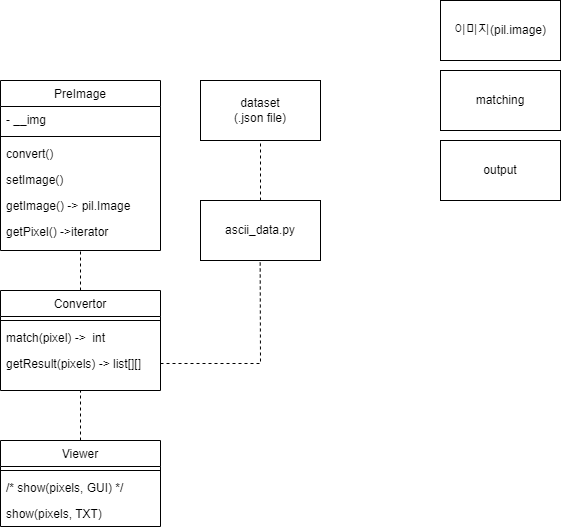
Earlier version of the draw.io export ascii_art.drawio.png (IT-ooth/ascii-art). Source tidied: cells renumbered, new cells last; positions are measured from the earlier drawing's top-left corner, leaving out a move shared by most shapes. The source it was exported from:
```xml
<mxGraphModel>
  <root>
    <mxCell id="0" />
    <mxCell id="1" parent="0" />
    <mxCell id="2" value="PreImage" style="swimlane;fontStyle=0;align=center;verticalAlign=top;horizontal=1;startSize=26;rounded=0;shadow=0;strokeWidth=1;" parent="1" vertex="1">
      <mxGeometry y="80" width="160" height="170" as="geometry" />
    </mxCell>
    <mxCell id="3" value="- __img" style="text;align=left;verticalAlign=top;spacingLeft=4;spacingRight=4;overflow=hidden;" parent="2" vertex="1">
      <mxGeometry y="26" width="160" height="26" as="geometry" />
    </mxCell>
    <mxCell id="4" style="line;html=1;strokeWidth=1;align=left;verticalAlign=middle;spacingTop=-1;spacingLeft=3;spacingRight=3;labelPosition=right;" parent="2" vertex="1">
      <mxGeometry y="52" width="160" height="8" as="geometry" />
    </mxCell>
    <mxCell id="5" value="convert()" style="text;align=left;verticalAlign=top;spacingLeft=4;spacingRight=4;overflow=hidden;" parent="2" vertex="1">
      <mxGeometry y="60" width="160" height="26" as="geometry" />
    </mxCell>
    <mxCell id="6" value="setImage()" style="text;align=left;verticalAlign=top;spacingLeft=4;spacingRight=4;overflow=hidden;" parent="2" vertex="1">
      <mxGeometry y="86" width="160" height="26" as="geometry" />
    </mxCell>
    <mxCell id="7" value="getImage() -&gt; pil.Image" style="text;align=left;verticalAlign=top;spacingLeft=4;spacingRight=4;overflow=hidden;" parent="2" vertex="1">
      <mxGeometry y="112" width="160" height="26" as="geometry" />
    </mxCell>
    <mxCell id="8" value="getPixel() -&gt;iterator" style="text;align=left;verticalAlign=top;spacingLeft=4;spacingRight=4;overflow=hidden;" parent="2" vertex="1">
      <mxGeometry y="138" width="160" height="26" as="geometry" />
    </mxCell>
    <mxCell id="9" value="이미지(pil.image)" style="rounded=0;whiteSpace=wrap;html=1;" parent="1" vertex="1">
      <mxGeometry x="440" width="120" height="60" as="geometry" />
    </mxCell>
    <mxCell id="10" value="matching" style="rounded=0;whiteSpace=wrap;html=1;" parent="1" vertex="1">
      <mxGeometry x="440" y="70" width="120" height="60" as="geometry" />
    </mxCell>
    <mxCell id="11" value="output" style="rounded=0;whiteSpace=wrap;html=1;" parent="1" vertex="1">
      <mxGeometry x="440" y="140" width="120" height="60" as="geometry" />
    </mxCell>
    <mxCell id="12" value="dataset&lt;br&gt;(.json file)" style="rounded=0;whiteSpace=wrap;html=1;" parent="1" vertex="1">
      <mxGeometry x="200" y="80" width="120" height="60" as="geometry" />
    </mxCell>
    <mxCell id="13" value="Convertor" style="swimlane;fontStyle=0;align=center;verticalAlign=top;horizontal=1;startSize=26;rounded=0;shadow=0;strokeWidth=1;" parent="1" vertex="1">
      <mxGeometry y="290" width="160" height="100" as="geometry" />
    </mxCell>
    <mxCell id="14" style="line;html=1;strokeWidth=1;align=left;verticalAlign=middle;spacingTop=-1;spacingLeft=3;spacingRight=3;labelPosition=right;" parent="13" vertex="1">
      <mxGeometry y="26" width="160" height="8" as="geometry" />
    </mxCell>
    <mxCell id="15" value="match(pixel) -&gt;  int" style="text;align=left;verticalAlign=top;spacingLeft=4;spacingRight=4;overflow=hidden;" parent="13" vertex="1">
      <mxGeometry y="34" width="160" height="26" as="geometry" />
    </mxCell>
    <mxCell id="16" value="getResult(pixels) -&gt; list[][]" style="text;align=left;verticalAlign=top;spacingLeft=4;spacingRight=4;overflow=hidden;points=[[0,0.5],[1,0.5]];portConstraint=eastwest;" parent="13" vertex="1">
      <mxGeometry y="60" width="160" height="26" as="geometry" />
    </mxCell>
    <mxCell id="17" style="endArrow=none;dashed=1;html=1;rounded=0;entryX=0.5;entryY=1;entryDx=0;entryDy=0;exitX=0.5;exitY=0;exitDx=0;exitDy=0;" parent="1" edge="1" source="13" target="2">
      <mxGeometry relative="1" as="geometry" />
    </mxCell>
    <mxCell id="18" style="endArrow=none;dashed=1;html=1;rounded=0;entryX=0.5;entryY=1;entryDx=0;entryDy=0;exitX=0.5;exitY=0;exitDx=0;exitDy=0;" parent="1" edge="1" source="24" target="12">
      <mxGeometry relative="1" as="geometry" />
    </mxCell>
    <mxCell id="19" value="Viewer" style="swimlane;fontStyle=0;align=center;verticalAlign=top;horizontal=1;startSize=26;rounded=0;shadow=0;strokeWidth=1;" parent="1" vertex="1">
      <mxGeometry y="440" width="160" height="86" as="geometry" />
    </mxCell>
    <mxCell id="20" style="line;html=1;strokeWidth=1;align=left;verticalAlign=middle;spacingTop=-1;spacingLeft=3;spacingRight=3;labelPosition=right;" parent="19" vertex="1">
      <mxGeometry y="26" width="160" height="8" as="geometry" />
    </mxCell>
    <mxCell id="21" value="/* show(pixels, GUI) */" style="text;align=left;verticalAlign=top;spacingLeft=4;spacingRight=4;overflow=hidden;" parent="19" vertex="1">
      <mxGeometry y="34" width="160" height="26" as="geometry" />
    </mxCell>
    <mxCell id="22" value="show(pixels, TXT)" style="text;align=left;verticalAlign=top;spacingLeft=4;spacingRight=4;overflow=hidden;" parent="19" vertex="1">
      <mxGeometry y="60" width="160" height="26" as="geometry" />
    </mxCell>
    <mxCell id="23" style="endArrow=none;dashed=1;html=1;rounded=0;entryX=0.5;entryY=1;entryDx=0;entryDy=0;exitX=0.5;exitY=0;exitDx=0;exitDy=0;" parent="1" edge="1" source="19" target="13">
      <mxGeometry relative="1" as="geometry" />
    </mxCell>
    <mxCell id="24" value="ascii_data.py" style="rounded=0;whiteSpace=wrap;html=1;" parent="1" vertex="1">
      <mxGeometry x="200" y="200" width="120" height="60" as="geometry" />
    </mxCell>
    <mxCell id="25" style="endArrow=none;dashed=1;html=1;rounded=0;entryX=0.5;entryY=1;entryDx=0;entryDy=0;exitX=1;exitY=0.5;exitDx=0;exitDy=0;" parent="1" edge="1" source="16">
      <mxGeometry relative="1" as="geometry">
        <mxPoint x="259.7" y="260" as="targetPoint" />
        <Array as="points">
          <mxPoint x="260" y="363" />
        </Array>
      </mxGeometry>
    </mxCell>
  </root>
</mxGraphModel>
```
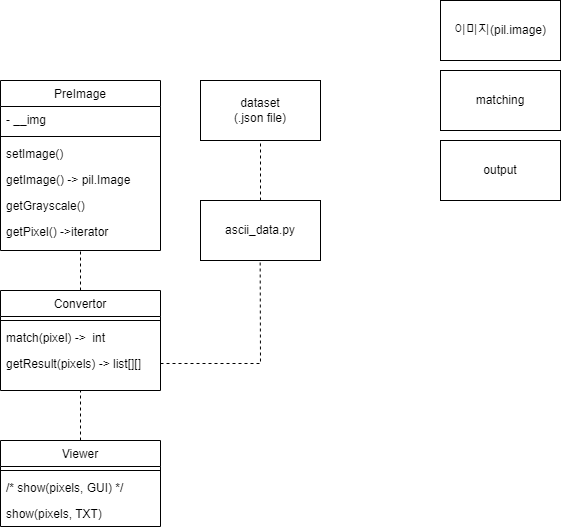
The same file after the commit.

Diff of the diagram source:
```diff
@@ -11,15 +11,15 @@
     <mxCell id="4" style="line;html=1;strokeWidth=1;align=left;verticalAlign=middle;spacingTop=-1;spacingLeft=3;spacingRight=3;labelPosition=right;" parent="2" vertex="1">
       <mxGeometry y="52" width="160" height="8" as="geometry" />
     </mxCell>
-    <mxCell id="5" value="convert()" style="text;align=left;verticalAlign=top;spacingLeft=4;spacingRight=4;overflow=hidden;" parent="2" vertex="1">
-      <mxGeometry y="60" width="160" height="26" as="geometry" />
-    </mxCell>
     <mxCell id="6" value="setImage()" style="text;align=left;verticalAlign=top;spacingLeft=4;spacingRight=4;overflow=hidden;" parent="2" vertex="1">
-      <mxGeometry y="86" width="160" height="26" as="geometry" />
+      <mxGeometry y="60" width="160" height="26" as="geometry" />
     </mxCell>
     <mxCell id="7" value="getImage() -&gt; pil.Image" style="text;align=left;verticalAlign=top;spacingLeft=4;spacingRight=4;overflow=hidden;" parent="2" vertex="1">
-      <mxGeometry y="112" width="160" height="26" as="geometry" />
+      <mxGeometry y="86" width="160" height="26" as="geometry" />
     </mxCell>
+    <mxCell id="5" value="getGrayscale()" style="text;align=left;verticalAlign=top;spacingLeft=4;spacingRight=4;overflow=hidden;" parent="2" vertex="1">
+      <mxGeometry y="112" width="160" height="26" as="geometry" />
+    </mxCell>
     <mxCell id="8" value="getPixel() -&gt;iterator" style="text;align=left;verticalAlign=top;spacingLeft=4;spacingRight=4;overflow=hidden;" parent="2" vertex="1">
       <mxGeometry y="138" width="160" height="26" as="geometry" />
     </mxCell>
```
